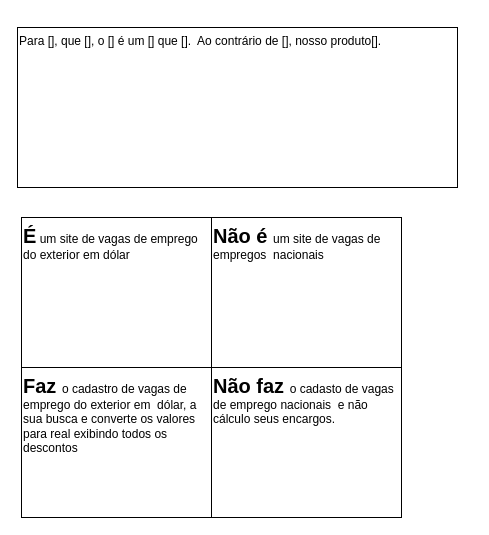
Earlier version of the draw.io diagram Card da visão do produto.drawio (wynne853/JobCoin). Source tidied: cells renumbered, new cells numbered last; positions are measured from the earlier drawing's top-left corner, leaving out a move shared by most shapes. Both pictures are drawn from the tidied source at 100%, with x=0, y=0 at pixel (17, 27).
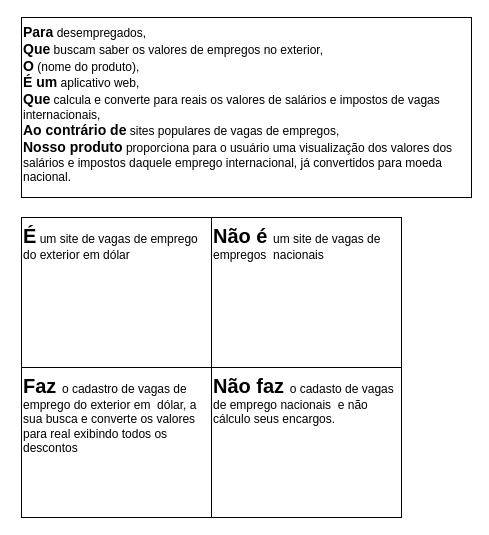
The same diagram, later.

Commit message:
Atualização da visão do produto

The edit, as a diff of the source:
```diff
@@
 <mxGraphModel>
   <root>
     <mxCell id="0" />
     <mxCell id="1" parent="0" />
     <mxCell id="2" value="&lt;b&gt;&lt;font style=&quot;font-size: 20px&quot;&gt;É&lt;/font&gt;&lt;/b&gt; um site de vagas de emprego do exterior em dólar&amp;nbsp;&lt;table&gt;&lt;tbody&gt;&lt;tr&gt;&lt;td&gt;&lt;br&gt;&lt;/td&gt;&lt;td&gt;&lt;br&gt;&lt;/td&gt;&lt;/tr&gt;&lt;/tbody&gt;&lt;/table&gt;" style="rounded=0;whiteSpace=wrap;html=1;align=left;verticalAlign=top;" parent="1" vertex="1">
       <mxGeometry x="4" y="190" width="190" height="150" as="geometry" />
     </mxCell>
     <mxCell id="3" value="&lt;b&gt;&lt;font style=&quot;font-size: 20px&quot;&gt;Não é &lt;/font&gt;&lt;/b&gt;um site de vagas de empregos&amp;nbsp; nacionais&amp;nbsp;" style="rounded=0;whiteSpace=wrap;html=1;verticalAlign=top;align=left;" parent="1" vertex="1">
       <mxGeometry x="194" y="190" width="190" height="150" as="geometry" />
     </mxCell>
     <mxCell id="4" value="&lt;b&gt;&lt;font style=&quot;font-size: 20px&quot;&gt;Faz &lt;/font&gt;&lt;/b&gt;o cadastro de vagas de emprego do exterior em&amp;nbsp; dólar, a&amp;nbsp; sua busca e converte os valores para real exibindo todos os descontos&amp;nbsp;" style="rounded=0;whiteSpace=wrap;html=1;align=left;verticalAlign=top;" parent="1" vertex="1">
       <mxGeometry x="4" y="340" width="190" height="150" as="geometry" />
     </mxCell>
     <mxCell id="5" value="&lt;b&gt;&lt;font style=&quot;font-size: 20px&quot;&gt;Não faz &lt;/font&gt;&lt;/b&gt;o cadasto de vagas de emprego nacionais&amp;nbsp; e não cálculo seus encargos." style="rounded=0;whiteSpace=wrap;html=1;verticalAlign=top;align=left;" parent="1" vertex="1">
       <mxGeometry x="194" y="340" width="190" height="150" as="geometry" />
     </mxCell>
-    <mxCell id="6" value="Para [], que [], o [] é um [] que [].&amp;nbsp; Ao contrário de [], nosso produto[]." style="rounded=0;whiteSpace=wrap;html=1;align=left;verticalAlign=top;" parent="1" vertex="1">
-      <mxGeometry width="440" height="160" as="geometry" />
+    <mxCell id="6" value="&lt;b&gt;&lt;font style=&quot;font-size: 14px&quot;&gt;Para&lt;/font&gt;&lt;/b&gt; desempregados,&lt;br&gt;&lt;b&gt;&lt;font style=&quot;font-size: 14px&quot;&gt;Que&lt;/font&gt;&lt;/b&gt; buscam saber os valores de empregos no exterior,&lt;br&gt;&lt;b&gt;&lt;font style=&quot;font-size: 14px&quot;&gt;O&lt;/font&gt;&lt;/b&gt; (nome do produto),&lt;br&gt;&lt;b&gt;&lt;font style=&quot;font-size: 14px&quot;&gt;É um&lt;/font&gt;&lt;/b&gt;&amp;nbsp;aplicativo web,&lt;br&gt;&lt;b&gt;&lt;font style=&quot;font-size: 14px&quot;&gt;Que&lt;/font&gt;&lt;/b&gt;&amp;nbsp;calcula e converte para reais os valores de salários e impostos de vagas internacionais,&lt;br&gt;&lt;b&gt;&lt;font style=&quot;font-size: 14px&quot;&gt;Ao contrário de&lt;/font&gt;&lt;/b&gt;&amp;nbsp;sites populares de vagas de empregos,&lt;br&gt;&lt;b&gt;&lt;font style=&quot;font-size: 14px&quot;&gt;Nosso produto&lt;/font&gt;&lt;/b&gt;&amp;nbsp;proporciona para o usuário uma visualização dos valores dos salários e impostos daquele emprego internacional, já convertidos para moeda nacional." style="rounded=0;whiteSpace=wrap;html=1;align=left;verticalAlign=top;" parent="1" vertex="1">
+      <mxGeometry x="4" y="-10" width="450" height="180" as="geometry" />
     </mxCell>
   </root>
 </mxGraphModel>
```
